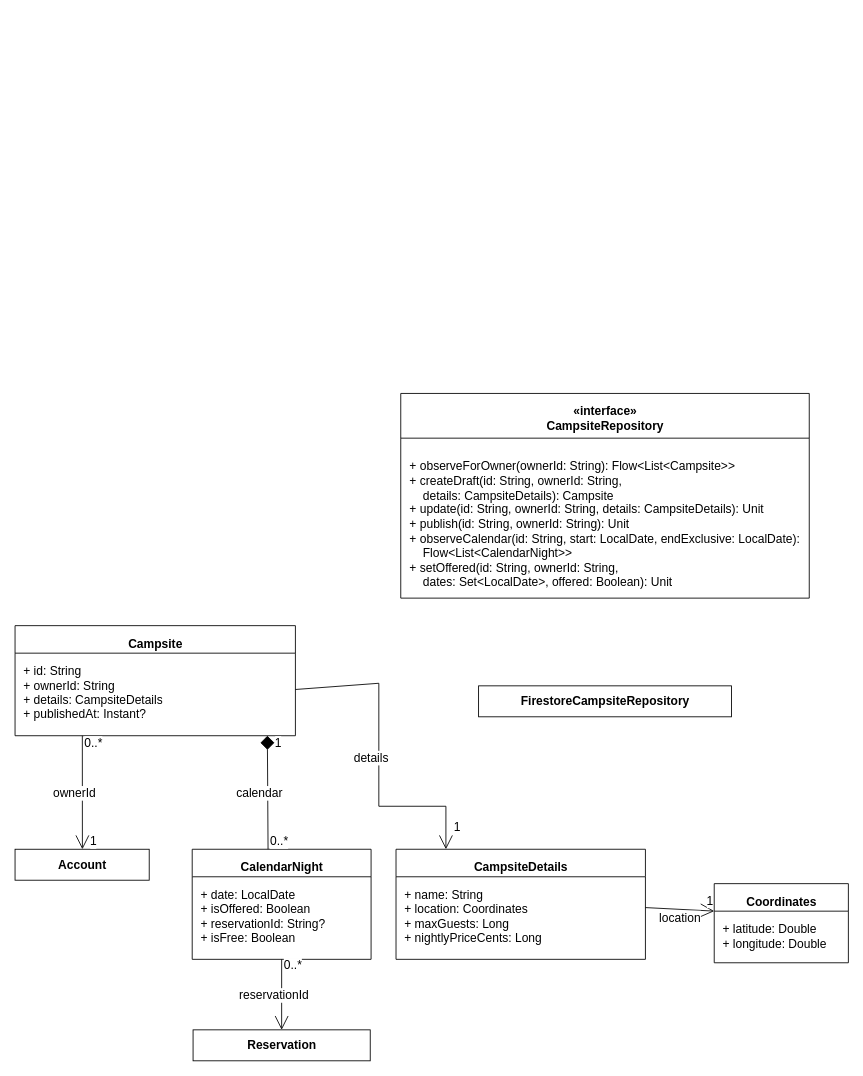
Before: page "UML_Diagram" (4 of 5) of doc/UML.drawio in CMPUT301F26stderr/stderr-campsbridge, a draw.io diagram. Source tidied: cells renumbered, new cells numbered last; positions are measured from the earlier drawing's top-left corner, leaving out a move shared by most shapes. Both pictures are drawn from the tidied source at 86%, with x=0, y=0 at pixel (15, 393).
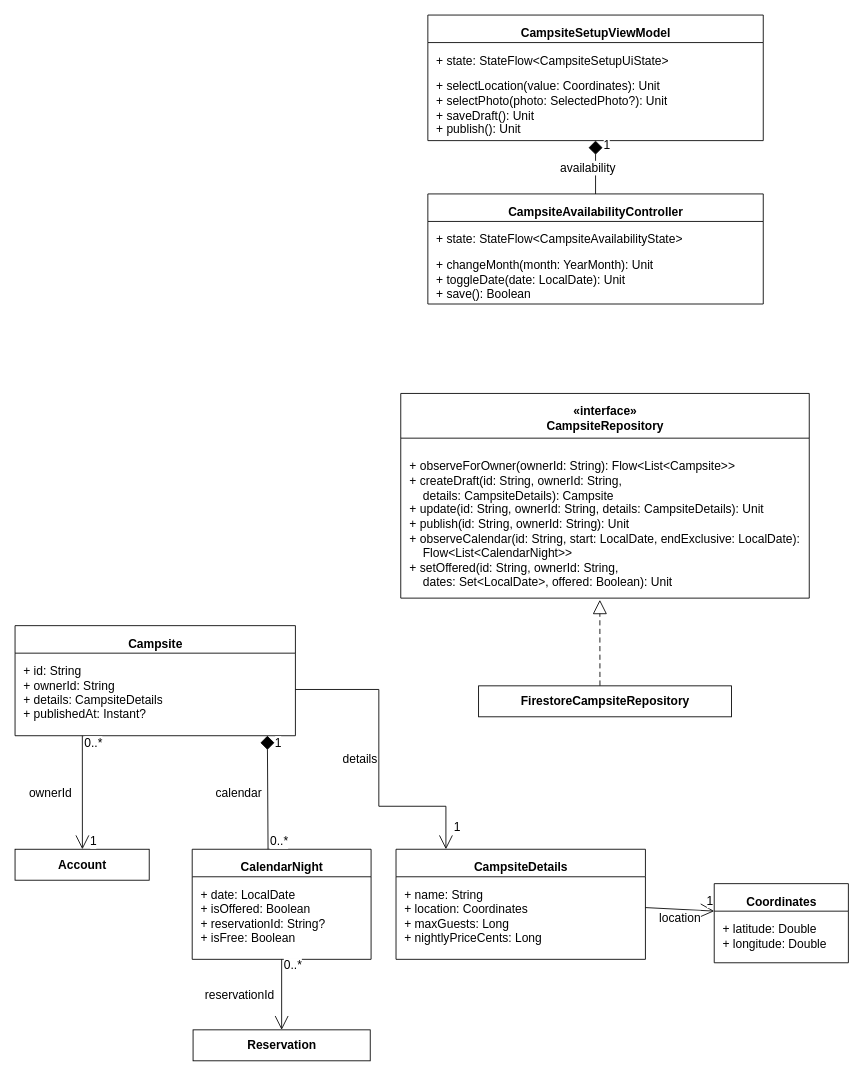
The same diagram, later.

Commit message:
connecting campsites together

The change refers to these unchanged cells:
```xml
<mxCell id="2" value="FirestoreCampsiteRepository" style="html=1;rounded=0;fillColor=#ffffff;strokeColor=#000000;strokeWidth=1;fontColor=#000000;fontFamily=Arial;fontSize=14;fontStyle=1;align=center;" parent="1" vertex="1">
  <mxGeometry x="539" y="340" width="294" height="36" as="geometry" />
</mxCell>
<mxCell id="3" value="&lt;b&gt;Campsite&lt;/b&gt;" style="swimlane;html=1;rounded=0;fillColor=#ffffff;strokeColor=#000000;strokeWidth=1;fontColor=#000000;fontFamily=Arial;fontSize=14;startSize=32;horizontal=1;swimlaneFillColor=#ffffff;align=center;verticalAlign=top;spacingTop=6;" parent="1" vertex="1">
  <mxGeometry y="270" width="326" height="128" as="geometry" />
</mxCell>
<mxCell id="7" value="&lt;b&gt;CampsiteDetails&lt;/b&gt;" style="swimlane;html=1;rounded=0;fillColor=#ffffff;strokeColor=#000000;strokeWidth=1;fontColor=#000000;fontFamily=Arial;fontSize=14;startSize=32;horizontal=1;swimlaneFillColor=#ffffff;align=center;verticalAlign=top;spacingTop=6;" parent="1" vertex="1">
  <mxGeometry x="443" y="530" width="290" height="128" as="geometry" />
</mxCell>
<mxCell id="17" style="edgeStyle=none;rounded=0;html=1;strokeColor=#000000;strokeWidth=1;startSize=14;endSize=14;fontColor=#000000;fontFamily=Arial;fontSize=14;exitX=0.24;exitY=1;entryX=0.502;entryY=0;exitPerimeter=0;entryPerimeter=0;startArrow=none;endArrow=open;endFill=0;" parent="1" edge="1" source="3" target="6">
  <mxGeometry relative="1" as="geometry" />
</mxCell>
<mxCell id="24" style="edgeStyle=none;rounded=0;html=1;strokeColor=#000000;strokeWidth=1;startSize=14;endSize=14;fontColor=#000000;fontFamily=Arial;fontSize=14;exitX=0.9;exitY=1;entryX=0.424;entryY=0;exitPerimeter=0;entryPerimeter=0;startArrow=diamond;startFill=1;endArrow=none;" parent="1" edge="1" source="3" target="13">
  <mxGeometry relative="1" as="geometry" />
</mxCell>
<mxCell id="31" style="edgeStyle=none;rounded=0;html=1;strokeColor=#000000;strokeWidth=1;startSize=14;endSize=14;fontColor=#000000;fontFamily=Arial;fontSize=14;exitX=0.5;exitY=1;entryX=0.5;entryY=0;exitPerimeter=0;entryPerimeter=0;startArrow=none;endArrow=open;endFill=0;" parent="1" edge="1" source="13" target="16">
  <mxGeometry relative="1" as="geometry" />
</mxCell>
```

Diff of the diagram source:
```diff
@@
     <mxCell id="18" value="ownerId" style="edgeLabel;html=1;align=center;verticalAlign=middle;labelBackgroundColor=#ffffff;fontColor=#000000;fontFamily=Arial;fontSize=14;" parent="17" vertex="1">
-      <mxGeometry y="-10" relative="1" as="geometry" />
+      <mxGeometry y="-10" relative="1" as="geometry">
+        <mxPoint x="-28" as="offset" />
+      </mxGeometry>
     </mxCell>
@@
     <mxCell id="21" style="edgeStyle=none;rounded=0;html=1;strokeColor=#000000;strokeWidth=1;startSize=14;endSize=14;fontColor=#000000;fontFamily=Arial;fontSize=14;exitX=1;exitY=0.58;entryX=0.2;entryY=0;exitPerimeter=0;entryPerimeter=0;startArrow=none;endArrow=open;endFill=0;" parent="1" edge="1" source="3" target="7">
-      <mxGeometry relative="1" as="geometry">
+      <mxGeometry x="-0.02" relative="1" as="geometry">
         <Array as="points">
-          <mxPoint x="423" y="337" />
+          <mxPoint x="423" y="344.2" />
           <mxPoint x="423" y="480" />
           <mxPoint x="501" y="480" />
         </Array>
       </mxGeometry>
     </mxCell>
     <mxCell id="22" value="details" style="edgeLabel;html=1;align=center;verticalAlign=middle;labelBackgroundColor=#ffffff;fontColor=#000000;fontFamily=Arial;fontSize=14;" parent="21" vertex="1">
-      <mxGeometry y="-10" relative="1" as="geometry" />
+      <mxGeometry x="-0.02" y="-10" relative="1" as="geometry">
+        <mxPoint x="-13" as="offset" />
+      </mxGeometry>
     </mxCell>
     <mxCell id="23" value="1" style="edgeLabel;html=1;align=center;verticalAlign=middle;labelBackgroundColor=#ffffff;fontColor=#000000;fontFamily=Arial;fontSize=14;" parent="21" vertex="1">
-      <mxGeometry x="0.86" y="12" relative="1" as="geometry" />
+      <mxGeometry x="0.85" y="12" relative="1" as="geometry" />
     </mxCell>
@@
     <mxCell id="25" value="calendar" style="edgeLabel;html=1;align=center;verticalAlign=middle;labelBackgroundColor=#ffffff;fontColor=#000000;fontFamily=Arial;fontSize=14;" parent="24" vertex="1">
-      <mxGeometry y="-10" relative="1" as="geometry" />
+      <mxGeometry y="-10" relative="1" as="geometry">
+        <mxPoint x="-24" as="offset" />
+      </mxGeometry>
     </mxCell>
@@
     <mxCell id="32" value="reservationId" style="edgeLabel;html=1;align=center;verticalAlign=middle;labelBackgroundColor=#ffffff;fontColor=#000000;fontFamily=Arial;fontSize=14;" parent="31" vertex="1">
-      <mxGeometry y="-10" relative="1" as="geometry" />
+      <mxGeometry y="-10" relative="1" as="geometry">
+        <mxPoint x="-40" as="offset" />
+      </mxGeometry>
     </mxCell>
@@
+    <mxCell id="37" style="edgeStyle=none;rounded=0;html=1;strokeColor=#000000;strokeWidth=1;fontColor=#000000;fontFamily=Arial;fontSize=14;labelBackgroundColor=#ffffff;verticalAlign=bottom;spacingBottom=6;startSize=14;endSize=14;startArrow=none;endArrow=block;endFill=0;dashed=1;dashPattern=6 4;exitX=0.48;exitY=-0.008;exitDx=0;exitDy=0;exitPerimeter=0;" parent="1" edge="1" source="2">
+      <mxGeometry relative="1" as="geometry">
+        <mxPoint x="680" y="240" as="targetPoint" />
+      </mxGeometry>
+    </mxCell>
+    <mxCell id="38" value="&lt;b&gt;CampsiteSetupViewModel&lt;/b&gt;" style="swimlane;html=1;rounded=0;fillColor=#ffffff;strokeColor=#000000;strokeWidth=1;fontColor=#000000;fontFamily=Arial;fontSize=14;startSize=32;horizontal=1;swimlaneFillColor=#ffffff;align=center;verticalAlign=top;spacingTop=6;" parent="1" vertex="1">
+      <mxGeometry x="480" y="-440" width="390" height="146" as="geometry" />
+    </mxCell>
+    <mxCell id="39" value="+ state: StateFlow&amp;lt;CampsiteSetupUiState&amp;gt;" style="text;html=1;strokeColor=none;fillColor=none;fontColor=#000000;fontFamily=Arial;fontSize=14;align=left;verticalAlign=top;spacingLeft=8;spacingTop=6;whiteSpace=wrap;overflow=hidden;" parent="38" vertex="1">
+      <mxGeometry y="32" width="390" height="30" as="geometry" />
+    </mxCell>
+    <mxCell id="40" value="+ selectLocation(value: Coordinates): Unit&lt;br&gt;+ selectPhoto(photo: SelectedPhoto?): Unit&lt;br&gt;+ saveDraft(): Unit&lt;br&gt;+ publish(): Unit" style="text;html=1;strokeColor=none;fillColor=none;fontColor=#000000;fontFamily=Arial;fontSize=14;align=left;verticalAlign=top;spacingLeft=8;spacingTop=6;whiteSpace=wrap;overflow=hidden;" parent="38" vertex="1">
+      <mxGeometry y="62" width="390" height="84" as="geometry" />
+    </mxCell>
+    <mxCell id="41" style="shape=line;html=1;strokeColor=#000000;strokeWidth=1;" parent="38" vertex="1">
+      <mxGeometry y="62" width="390" as="geometry" />
+    </mxCell>
+    <mxCell id="42" value="&lt;b&gt;CampsiteAvailabilityController&lt;/b&gt;" style="swimlane;html=1;rounded=0;fillColor=#ffffff;strokeColor=#000000;strokeWidth=1;fontColor=#000000;fontFamily=Arial;fontSize=14;startSize=32;horizontal=1;swimlaneFillColor=#ffffff;align=center;verticalAlign=top;spacingTop=6;" parent="1" vertex="1">
+      <mxGeometry x="480" y="-232" width="390" height="128" as="geometry" />
+    </mxCell>
+    <mxCell id="43" value="+ state: StateFlow&amp;lt;CampsiteAvailabilityState&amp;gt;" style="text;html=1;strokeColor=none;fillColor=none;fontColor=#000000;fontFamily=Arial;fontSize=14;align=left;verticalAlign=top;spacingLeft=8;spacingTop=6;whiteSpace=wrap;overflow=hidden;" parent="42" vertex="1">
+      <mxGeometry y="32" width="390" height="30" as="geometry" />
+    </mxCell>
+    <mxCell id="44" value="+ changeMonth(month: YearMonth): Unit&lt;br&gt;+ toggleDate(date: LocalDate): Unit&lt;br&gt;+ save(): Boolean" style="text;html=1;strokeColor=none;fillColor=none;fontColor=#000000;fontFamily=Arial;fontSize=14;align=left;verticalAlign=top;spacingLeft=8;spacingTop=6;whiteSpace=wrap;overflow=hidden;" parent="42" vertex="1">
+      <mxGeometry y="62" width="390" height="66" as="geometry" />
+    </mxCell>
+    <mxCell id="45" style="shape=line;html=1;strokeColor=#000000;strokeWidth=1;" parent="42" vertex="1">
+      <mxGeometry y="62" width="390" as="geometry" />
+    </mxCell>
+    <mxCell id="46" style="edgeStyle=none;rounded=0;html=1;strokeColor=#000000;strokeWidth=1;startSize=14;endSize=14;fontColor=#000000;fontFamily=Arial;fontSize=14;exitX=0.5;exitY=1;entryX=0.5;entryY=0;exitPerimeter=0;entryPerimeter=0;startArrow=diamond;startFill=1;endArrow=none;" parent="1" edge="1" source="38" target="42">
+      <mxGeometry relative="1" as="geometry" />
+    </mxCell>
+    <mxCell id="47" value="availability" style="edgeLabel;html=1;align=center;verticalAlign=middle;labelBackgroundColor=#ffffff;fontColor=#000000;fontFamily=Arial;fontSize=14;" parent="46" vertex="1">
+      <mxGeometry y="-10" relative="1" as="geometry" />
+    </mxCell>
+    <mxCell id="48" value="1" style="edgeLabel;html=1;align=center;verticalAlign=middle;labelBackgroundColor=#ffffff;fontColor=#000000;fontFamily=Arial;fontSize=14;" parent="46" vertex="1">
+      <mxGeometry x="-0.86" y="12" relative="1" as="geometry" />
+    </mxCell>
```
